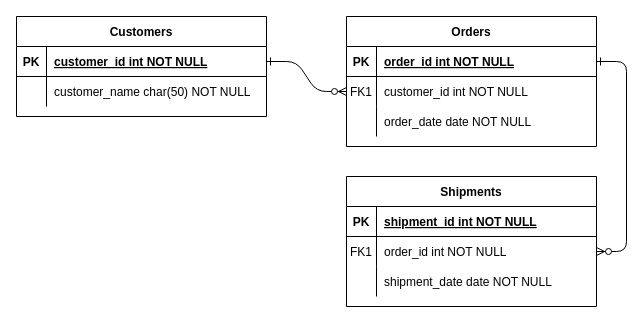
Guitarra2428/DBADiagram keeps this draw.io diagram as Diagrama sin título.drawio. Above is the earlier version. Source tidied: cells renumbered, new cells numbered last; positions are measured from the earlier drawing's top-left corner, leaving out a move shared by most shapes. Both pictures are drawn from the tidied source at 100%, with x=0, y=0 at pixel (16, 16).
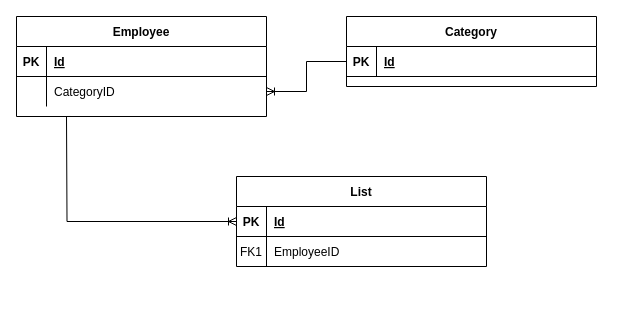
The same diagram, later.

The change refers to these unchanged cells:
```xml
<mxCell id="5" style="shape=partialRectangle;fillColor=none;points=[[0,0.5],[1,0.5]];portConstraint=eastwest;top=0;left=0;right=0;bottom=1;" parent="4" vertex="1">
  <mxGeometry y="30" width="250" height="30" as="geometry" />
</mxCell>
<mxCell id="15" style="shape=partialRectangle;fillColor=none;top=0;left=0;right=0;bottom=1;" parent="14" vertex="1">
  <mxGeometry y="30" width="250" height="30" as="geometry" />
</mxCell>
<mxCell id="18" style="shape=partialRectangle;fillColor=none;points=[[0,0.5],[1,0.5]];portConstraint=eastwest;top=0;left=0;right=0;bottom=0;" parent="14" vertex="1">
  <mxGeometry y="60" width="250" height="30" as="geometry" />
</mxCell>
```

Diff of the diagram source:
```diff
@@
-    <mxCell id="2" style="edgeStyle=entityRelationEdgeStyle;endArrow=ERzeroToMany;startArrow=ERone;endFill=1;startFill=0;" parent="1" edge="1" source="25" target="8">
-      <mxGeometry relative="1" as="geometry" />
-    </mxCell>
-    <mxCell id="3" style="edgeStyle=entityRelationEdgeStyle;endArrow=ERzeroToMany;startArrow=ERone;endFill=1;startFill=0;" parent="1" edge="1" source="5" target="18">
-      <mxGeometry relative="1" as="geometry" />
-    </mxCell>
-    <mxCell id="4" value="Orders" style="shape=table;startSize=30;childLayout=tableLayout;rowLines=0;fontStyle=1;align=center;" parent="1" vertex="1">
-      <mxGeometry x="330" width="250" height="130" as="geometry" />
+    <mxCell id="4" value="Category" style="shape=table;startSize=30;childLayout=tableLayout;rowLines=0;fontStyle=1;align=center;" parent="1" vertex="1">
+      <mxGeometry x="330" width="250" height="70" as="geometry" />
     </mxCell>
@@
-    <mxCell id="7" value="order_id int NOT NULL " style="shape=partialRectangle;overflow=hidden;fillColor=none;top=0;left=0;bottom=0;right=0;align=left;spacingLeft=6;fontStyle=5;" parent="5" vertex="1">
+    <mxCell id="7" value="Id" style="shape=partialRectangle;overflow=hidden;fillColor=none;top=0;left=0;bottom=0;right=0;align=left;spacingLeft=6;fontStyle=5;" parent="5" vertex="1">
       <mxGeometry x="30" width="220" height="30" as="geometry" />
     </mxCell>
-    <mxCell id="8" style="shape=partialRectangle;fillColor=none;points=[[0,0.5],[1,0.5]];portConstraint=eastwest;top=0;left=0;right=0;bottom=0;" parent="4" vertex="1">
-      <mxGeometry y="60" width="250" height="30" as="geometry" />
-    </mxCell>
-    <mxCell id="9" value="FK1" style="shape=partialRectangle;overflow=hidden;fillColor=none;top=0;left=0;bottom=0;right=0;" parent="8" vertex="1">
-      <mxGeometry width="30" height="30" as="geometry" />
-    </mxCell>
-    <mxCell id="10" value="customer_id int NOT NULL" style="shape=partialRectangle;overflow=hidden;fillColor=none;top=0;left=0;bottom=0;right=0;align=left;spacingLeft=6;" parent="8" vertex="1">
-      <mxGeometry x="30" width="220" height="30" as="geometry" />
-    </mxCell>
-    <mxCell id="11" style="shape=partialRectangle;fillColor=none;top=0;left=0;right=0;bottom=0;" parent="4" vertex="1">
-      <mxGeometry y="90" width="250" height="30" as="geometry" />
-    </mxCell>
-    <mxCell id="12" style="shape=partialRectangle;overflow=hidden;fillColor=none;top=0;left=0;bottom=0;right=0;" parent="11" vertex="1">
-      <mxGeometry width="30" height="30" as="geometry" />
-    </mxCell>
-    <mxCell id="13" value="order_date date NOT NULL" style="shape=partialRectangle;overflow=hidden;fillColor=none;top=0;left=0;bottom=0;right=0;align=left;spacingLeft=6;" parent="11" vertex="1">
-      <mxGeometry x="30" width="220" height="30" as="geometry" />
-    </mxCell>
+    <mxCell id="24" value="Employee" style="shape=table;startSize=30;childLayout=tableLayout;rowLines=0;fontStyle=1;align=center;" parent="1" vertex="1">
+      <mxGeometry width="250" height="100" as="geometry" />
+    </mxCell>
+    <mxCell id="25" style="shape=partialRectangle;fillColor=none;points=[[0,0.5],[1,0.5]];portConstraint=eastwest;top=0;left=0;right=0;bottom=1;" parent="24" vertex="1">
+      <mxGeometry y="30" width="250" height="30" as="geometry" />
+    </mxCell>
+    <mxCell id="26" value="PK" style="shape=partialRectangle;overflow=hidden;fillColor=none;top=0;left=0;bottom=0;right=0;fontStyle=1;" parent="25" vertex="1">
+      <mxGeometry width="30" height="30" as="geometry" />
+    </mxCell>
+    <mxCell id="27" value="Id" style="shape=partialRectangle;overflow=hidden;fillColor=none;top=0;left=0;bottom=0;right=0;align=left;spacingLeft=6;fontStyle=5;" parent="25" vertex="1">
+      <mxGeometry x="30" width="220" height="30" as="geometry" />
+    </mxCell>
+    <mxCell id="28" style="shape=partialRectangle;fillColor=none;points=[[0,0.5],[1,0.5]];portConstraint=eastwest;top=0;left=0;right=0;bottom=0;" parent="24" vertex="1">
+      <mxGeometry y="60" width="250" height="30" as="geometry" />
+    </mxCell>
+    <mxCell id="29" style="shape=partialRectangle;overflow=hidden;fillColor=none;top=0;left=0;bottom=0;right=0;" parent="28" vertex="1">
+      <mxGeometry width="30" height="30" as="geometry" />
+    </mxCell>
+    <mxCell id="30" value="CategoryID" style="shape=partialRectangle;overflow=hidden;fillColor=none;top=0;left=0;bottom=0;right=0;align=left;spacingLeft=6;" parent="28" vertex="1">
+      <mxGeometry x="30" width="220" height="30" as="geometry" />
+    </mxCell>
+    <mxCell id="31" style="edgeStyle=orthogonalEdgeStyle;rounded=0;jettySize=auto;html=1;endArrow=ERoneToMany;endFill=0;" parent="1" edge="1" source="5" target="28">
+      <mxGeometry relative="1" as="geometry" />
+    </mxCell>
+    <mxCell id="32" style="edgeStyle=orthogonalEdgeStyle;rounded=0;jettySize=auto;html=1;endArrow=baseDash;endFill=0;startArrow=ERoneToMany;startFill=0;" parent="1" edge="1" source="14">
+      <mxGeometry relative="1" as="geometry">
+        <mxPoint x="50" y="100" as="targetPoint" />
+      </mxGeometry>
+    </mxCell>
-    <mxCell id="14" value="Shipments" style="shape=table;startSize=30;childLayout=tableLayout;rowLines=0;fontStyle=1;align=center;" parent="1" vertex="1">
-      <mxGeometry x="330" y="160" width="250" height="130" as="geometry" />
+    <mxCell id="14" value="List" style="shape=table;startSize=30;childLayout=tableLayout;rowLines=0;fontStyle=1;align=center;" parent="1" vertex="1">
+      <mxGeometry x="220" y="160" width="250" height="90" as="geometry" />
     </mxCell>
@@
-    <mxCell id="17" value="shipment_id int NOT NULL " style="shape=partialRectangle;overflow=hidden;fillColor=none;top=0;left=0;bottom=0;right=0;align=left;spacingLeft=6;fontStyle=5;" parent="15" vertex="1">
+    <mxCell id="17" value="Id" style="shape=partialRectangle;overflow=hidden;fillColor=none;top=0;left=0;bottom=0;right=0;align=left;spacingLeft=6;fontStyle=5;" parent="15" vertex="1">
       <mxGeometry x="30" width="220" height="30" as="geometry" />
     </mxCell>
@@
-    <mxCell id="20" value="order_id int NOT NULL" style="shape=partialRectangle;overflow=hidden;fillColor=none;top=0;left=0;bottom=0;right=0;align=left;spacingLeft=6;" parent="18" vertex="1">
+    <mxCell id="20" value="EmployeeID" style="shape=partialRectangle;overflow=hidden;fillColor=none;top=0;left=0;bottom=0;right=0;align=left;spacingLeft=6;" parent="18" vertex="1">
       <mxGeometry x="30" width="220" height="30" as="geometry" />
     </mxCell>
-    <mxCell id="21" style="shape=partialRectangle;fillColor=none;top=0;left=0;right=0;bottom=0;" parent="14" vertex="1">
-      <mxGeometry y="90" width="250" height="30" as="geometry" />
-    </mxCell>
-    <mxCell id="22" style="shape=partialRectangle;overflow=hidden;fillColor=none;top=0;left=0;bottom=0;right=0;" parent="21" vertex="1">
-      <mxGeometry width="30" height="30" as="geometry" />
-    </mxCell>
-    <mxCell id="23" value="shipment_date date NOT NULL" style="shape=partialRectangle;overflow=hidden;fillColor=none;top=0;left=0;bottom=0;right=0;align=left;spacingLeft=6;" parent="21" vertex="1">
-      <mxGeometry x="30" width="220" height="30" as="geometry" />
-    </mxCell>
-    <mxCell id="24" value="Customers" style="shape=table;startSize=30;childLayout=tableLayout;rowLines=0;fontStyle=1;align=center;" parent="1" vertex="1">
-      <mxGeometry width="250" height="100" as="geometry" />
-    </mxCell>
-    <mxCell id="25" style="shape=partialRectangle;fillColor=none;points=[[0,0.5],[1,0.5]];portConstraint=eastwest;top=0;left=0;right=0;bottom=1;" parent="24" vertex="1">
-      <mxGeometry y="30" width="250" height="30" as="geometry" />
-    </mxCell>
-    <mxCell id="26" value="PK" style="shape=partialRectangle;overflow=hidden;fillColor=none;top=0;left=0;bottom=0;right=0;fontStyle=1;" parent="25" vertex="1">
-      <mxGeometry width="30" height="30" as="geometry" />
-    </mxCell>
-    <mxCell id="27" value="customer_id int NOT NULL " style="shape=partialRectangle;overflow=hidden;fillColor=none;top=0;left=0;bottom=0;right=0;align=left;spacingLeft=6;fontStyle=5;" parent="25" vertex="1">
-      <mxGeometry x="30" width="220" height="30" as="geometry" />
-    </mxCell>
-    <mxCell id="28" style="shape=partialRectangle;fillColor=none;points=[[0,0.5],[1,0.5]];portConstraint=eastwest;top=0;left=0;right=0;bottom=0;" parent="24" vertex="1">
-      <mxGeometry y="60" width="250" height="30" as="geometry" />
-    </mxCell>
-    <mxCell id="29" style="shape=partialRectangle;overflow=hidden;fillColor=none;top=0;left=0;bottom=0;right=0;" parent="28" vertex="1">
-      <mxGeometry width="30" height="30" as="geometry" />
-    </mxCell>
-    <mxCell id="30" value="customer_name char(50) NOT NULL" style="shape=partialRectangle;overflow=hidden;fillColor=none;top=0;left=0;bottom=0;right=0;align=left;spacingLeft=6;" parent="28" vertex="1">
-      <mxGeometry x="30" width="220" height="30" as="geometry" />
-    </mxCell>
```
